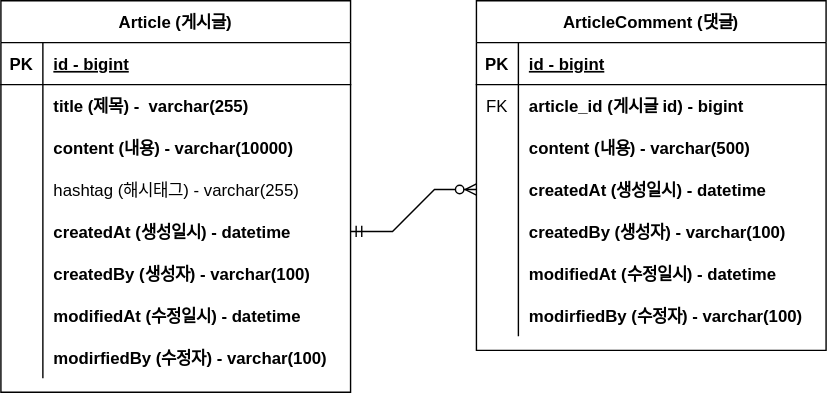
Before: document/project-board-erd.svg, a diagram exported from draw.io (minah9999/fastcampus-project-board). Source tidied: cells renumbered, new cells last; positions are measured from the earlier drawing's top-left corner, leaving out a move shared by most shapes.
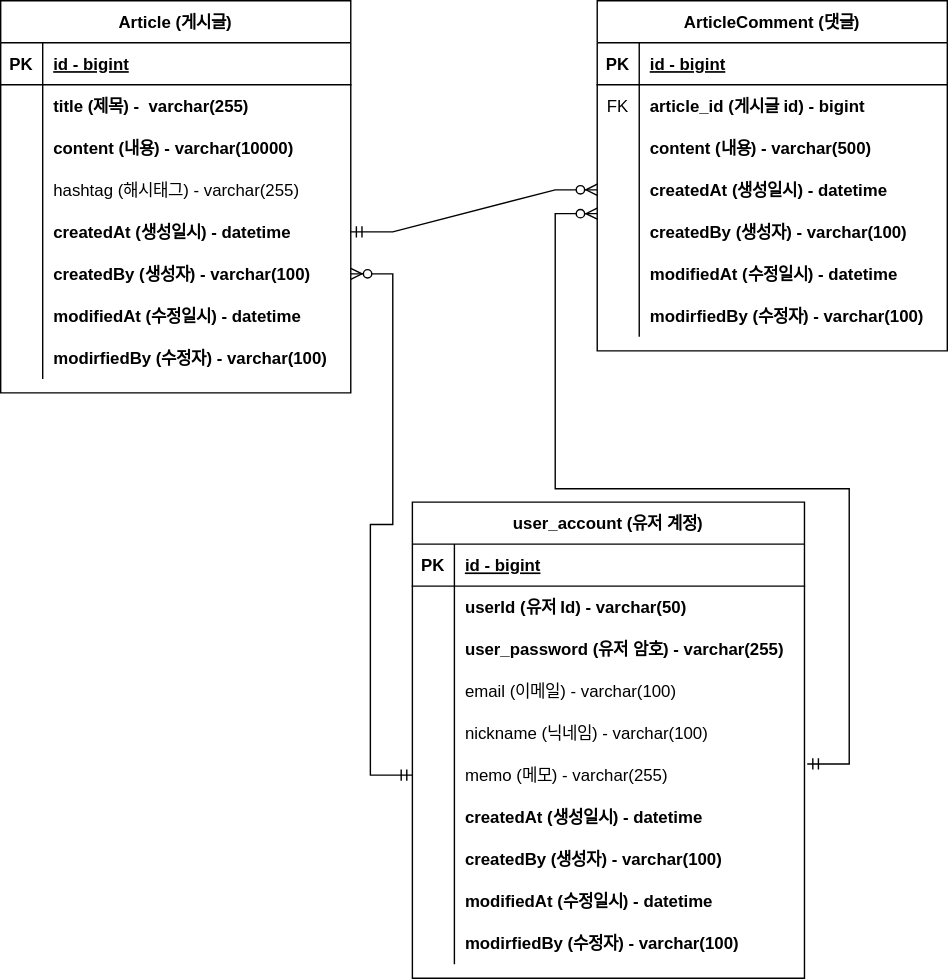
The same file after the commit.

Commit message:
#17 - project-board-erd.svg 업데이트: 유저 추가

The edit, as a diff of the source:
```diff
@@ -3,7 +3,7 @@
     <mxCell id="0" />
     <mxCell id="1" parent="0" />
     <mxCell id="2" value="Article (게시글)" style="shape=table;startSize=30;rowLines=0;fontStyle=1;align=center;" parent="1" vertex="1">
-      <mxGeometry width="250" height="280" as="geometry" />
+      <mxGeometry x="-86" width="250" height="280" as="geometry" />
     </mxCell>
     <mxCell id="3" style="shape=partialRectangle;fillColor=none;top=0;left=0;right=0;bottom=1;" parent="2" vertex="1">
       <mxGeometry y="30" width="250" height="30" as="geometry" />
@@ -146,5 +146,106 @@
     <mxCell id="49" style="edgeStyle=entityRelationEdgeStyle;fontSize=12;html=1;endArrow=ERzeroToMany;startArrow=ERmandOne;rounded=0;exitX=1;exitY=0.5;exitDx=0;exitDy=0;entryX=0;entryY=0.5;entryDx=0;entryDy=0;" parent="1" edge="1" source="15" target="37">
       <mxGeometry relative="1" as="geometry" />
     </mxCell>
+    <mxCell id="50" value="user_account (유저 계정)" style="shape=table;startSize=30;rowLines=0;fontStyle=1;align=center;" parent="1" vertex="1">
+      <mxGeometry x="208" y="358" width="280" height="340" as="geometry" />
+    </mxCell>
+    <mxCell id="51" style="shape=partialRectangle;fillColor=none;top=0;left=0;right=0;bottom=1;" parent="50" vertex="1">
+      <mxGeometry y="30" width="280" height="30" as="geometry" />
+    </mxCell>
+    <mxCell id="52" value="PK" style="shape=partialRectangle;overflow=hidden;fillColor=none;top=0;left=0;bottom=0;right=0;fontStyle=1;" parent="51" vertex="1">
+      <mxGeometry width="30" height="30" as="geometry" />
+    </mxCell>
+    <mxCell id="53" value="id - bigint" style="shape=partialRectangle;overflow=hidden;fillColor=none;top=0;left=0;bottom=0;right=0;align=left;spacingLeft=6;fontStyle=5;" parent="51" vertex="1">
+      <mxGeometry x="30" width="250" height="30" as="geometry" />
+    </mxCell>
+    <mxCell id="54" style="shape=partialRectangle;fillColor=none;top=0;left=0;right=0;bottom=0;" parent="50" vertex="1">
+      <mxGeometry y="60" width="280" height="30" as="geometry" />
+    </mxCell>
+    <mxCell id="55" style="shape=partialRectangle;overflow=hidden;fillColor=none;top=0;left=0;bottom=0;right=0;" parent="54" vertex="1">
+      <mxGeometry width="30" height="30" as="geometry" />
+    </mxCell>
+    <mxCell id="56" value="userId (유저 Id) - varchar(50)" style="shape=partialRectangle;overflow=hidden;fillColor=none;top=0;left=0;bottom=0;right=0;align=left;spacingLeft=6;fontStyle=1;" parent="54" vertex="1">
+      <mxGeometry x="30" width="250" height="30" as="geometry" />
+    </mxCell>
+    <mxCell id="57" style="shape=partialRectangle;fillColor=none;top=0;left=0;right=0;bottom=0;" parent="50" vertex="1">
+      <mxGeometry y="90" width="280" height="30" as="geometry" />
+    </mxCell>
+    <mxCell id="58" style="shape=partialRectangle;overflow=hidden;fillColor=none;top=0;left=0;bottom=0;right=0;" parent="57" vertex="1">
+      <mxGeometry width="30" height="30" as="geometry" />
+    </mxCell>
+    <mxCell id="59" value="user_password (유저 암호) - varchar(255)" style="shape=partialRectangle;overflow=hidden;fillColor=none;top=0;left=0;bottom=0;right=0;align=left;spacingLeft=6;fontStyle=1;" parent="57" vertex="1">
+      <mxGeometry x="30" width="250" height="30" as="geometry" />
+    </mxCell>
+    <mxCell id="60" style="shape=partialRectangle;fillColor=none;top=0;left=0;right=0;bottom=0;" parent="50" vertex="1">
+      <mxGeometry y="120" width="280" height="30" as="geometry" />
+    </mxCell>
+    <mxCell id="61" style="shape=partialRectangle;overflow=hidden;fillColor=none;top=0;left=0;bottom=0;right=0;" parent="60" vertex="1">
+      <mxGeometry width="30" height="30" as="geometry" />
+    </mxCell>
+    <mxCell id="62" value="email (이메일) - varchar(100)" style="shape=partialRectangle;overflow=hidden;fillColor=none;top=0;left=0;bottom=0;right=0;align=left;spacingLeft=6;" parent="60" vertex="1">
+      <mxGeometry x="30" width="250" height="30" as="geometry" />
+    </mxCell>
+    <mxCell id="63" style="shape=partialRectangle;fillColor=none;top=0;left=0;right=0;bottom=0;" parent="50" vertex="1">
+      <mxGeometry y="150" width="280" height="30" as="geometry" />
+    </mxCell>
+    <mxCell id="64" style="shape=partialRectangle;overflow=hidden;fillColor=none;top=0;left=0;bottom=0;right=0;" parent="63" vertex="1">
+      <mxGeometry width="30" height="30" as="geometry" />
+    </mxCell>
+    <mxCell id="65" value="nickname (닉네임) - varchar(100)" style="shape=partialRectangle;overflow=hidden;fillColor=none;top=0;left=0;bottom=0;right=0;align=left;spacingLeft=6;" parent="63" vertex="1">
+      <mxGeometry x="30" width="250" height="30" as="geometry" />
+    </mxCell>
+    <mxCell id="66" style="shape=partialRectangle;fillColor=none;points=[[0,0.5],[1,0.5]];portConstraint=eastwest;top=0;left=0;right=0;bottom=0;" parent="50" vertex="1">
+      <mxGeometry y="180" width="280" height="30" as="geometry" />
+    </mxCell>
+    <mxCell id="67" style="shape=partialRectangle;overflow=hidden;fillColor=none;top=0;left=0;bottom=0;right=0;" parent="66" vertex="1">
+      <mxGeometry width="30" height="30" as="geometry" />
+    </mxCell>
+    <mxCell id="68" value="memo (메모) - varchar(255)" style="shape=partialRectangle;overflow=hidden;fillColor=none;top=0;left=0;bottom=0;right=0;align=left;spacingLeft=6;fontStyle=0;" parent="66" vertex="1">
+      <mxGeometry x="30" width="250" height="30" as="geometry" />
+    </mxCell>
+    <mxCell id="69" style="shape=partialRectangle;fillColor=none;top=0;left=0;right=0;bottom=0;" parent="50" vertex="1">
+      <mxGeometry y="210" width="280" height="30" as="geometry" />
+    </mxCell>
+    <mxCell id="70" style="shape=partialRectangle;overflow=hidden;fillColor=none;top=0;left=0;bottom=0;right=0;" parent="69" vertex="1">
+      <mxGeometry width="30" height="30" as="geometry" />
+    </mxCell>
+    <mxCell id="71" value="createdAt (생성일시) - datetime" style="shape=partialRectangle;overflow=hidden;fillColor=none;top=0;left=0;bottom=0;right=0;align=left;spacingLeft=6;fontStyle=1;" parent="69" vertex="1">
+      <mxGeometry x="30" width="250" height="30" as="geometry" />
+    </mxCell>
+    <mxCell id="72" style="shape=partialRectangle;fillColor=none;top=0;left=0;right=0;bottom=0;" parent="50" vertex="1">
+      <mxGeometry y="240" width="280" height="30" as="geometry" />
+    </mxCell>
+    <mxCell id="73" style="shape=partialRectangle;overflow=hidden;fillColor=none;top=0;left=0;bottom=0;right=0;" parent="72" vertex="1">
+      <mxGeometry width="30" height="30" as="geometry" />
+    </mxCell>
+    <mxCell id="74" value="createdBy (생성자) - varchar(100)" style="shape=partialRectangle;overflow=hidden;fillColor=none;top=0;left=0;bottom=0;right=0;align=left;spacingLeft=6;fontStyle=1;" parent="72" vertex="1">
+      <mxGeometry x="30" width="250" height="30" as="geometry" />
+    </mxCell>
+    <mxCell id="75" style="shape=partialRectangle;fillColor=none;top=0;left=0;right=0;bottom=0;" parent="50" vertex="1">
+      <mxGeometry y="270" width="280" height="30" as="geometry" />
+    </mxCell>
+    <mxCell id="76" style="shape=partialRectangle;overflow=hidden;fillColor=none;top=0;left=0;bottom=0;right=0;" parent="75" vertex="1">
+      <mxGeometry width="30" height="30" as="geometry" />
+    </mxCell>
+    <mxCell id="77" value="modifiedAt (수정일시) - datetime" style="shape=partialRectangle;overflow=hidden;fillColor=none;top=0;left=0;bottom=0;right=0;align=left;spacingLeft=6;fontStyle=1;" parent="75" vertex="1">
+      <mxGeometry x="30" width="250" height="30" as="geometry" />
+    </mxCell>
+    <mxCell id="78" style="shape=partialRectangle;fillColor=none;top=0;left=0;right=0;bottom=0;" parent="50" vertex="1">
+      <mxGeometry y="300" width="280" height="30" as="geometry" />
+    </mxCell>
+    <mxCell id="79" style="shape=partialRectangle;overflow=hidden;fillColor=none;top=0;left=0;bottom=0;right=0;" parent="78" vertex="1">
+      <mxGeometry width="30" height="30" as="geometry" />
+    </mxCell>
+    <mxCell id="80" value="modirfiedBy (수정자) - varchar(100)" style="shape=partialRectangle;overflow=hidden;fillColor=none;top=0;left=0;bottom=0;right=0;align=left;spacingLeft=6;fontStyle=1;" parent="78" vertex="1">
+      <mxGeometry x="30" width="250" height="30" as="geometry" />
+    </mxCell>
+    <mxCell id="81" style="edgeStyle=entityRelationEdgeStyle;fontSize=12;html=1;endArrow=ERzeroToMany;startArrow=ERmandOne;rounded=0;exitX=0;exitY=0.5;exitDx=0;exitDy=0;entryX=1;entryY=0.5;entryDx=0;entryDy=0;" parent="1" edge="1" source="66" target="18">
+      <mxGeometry relative="1" as="geometry" />
+    </mxCell>
+    <mxCell id="82" style="edgeStyle=entityRelationEdgeStyle;fontSize=12;html=1;endArrow=ERzeroToMany;startArrow=ERmandOne;rounded=0;exitX=1.007;exitY=0.233;exitDx=0;exitDy=0;exitPerimeter=0;" parent="1" edge="1" source="66">
+      <mxGeometry relative="1" as="geometry">
+        <mxPoint x="340" y="152" as="targetPoint" />
+      </mxGeometry>
+    </mxCell>
   </root>
 </mxGraphModel>
```
